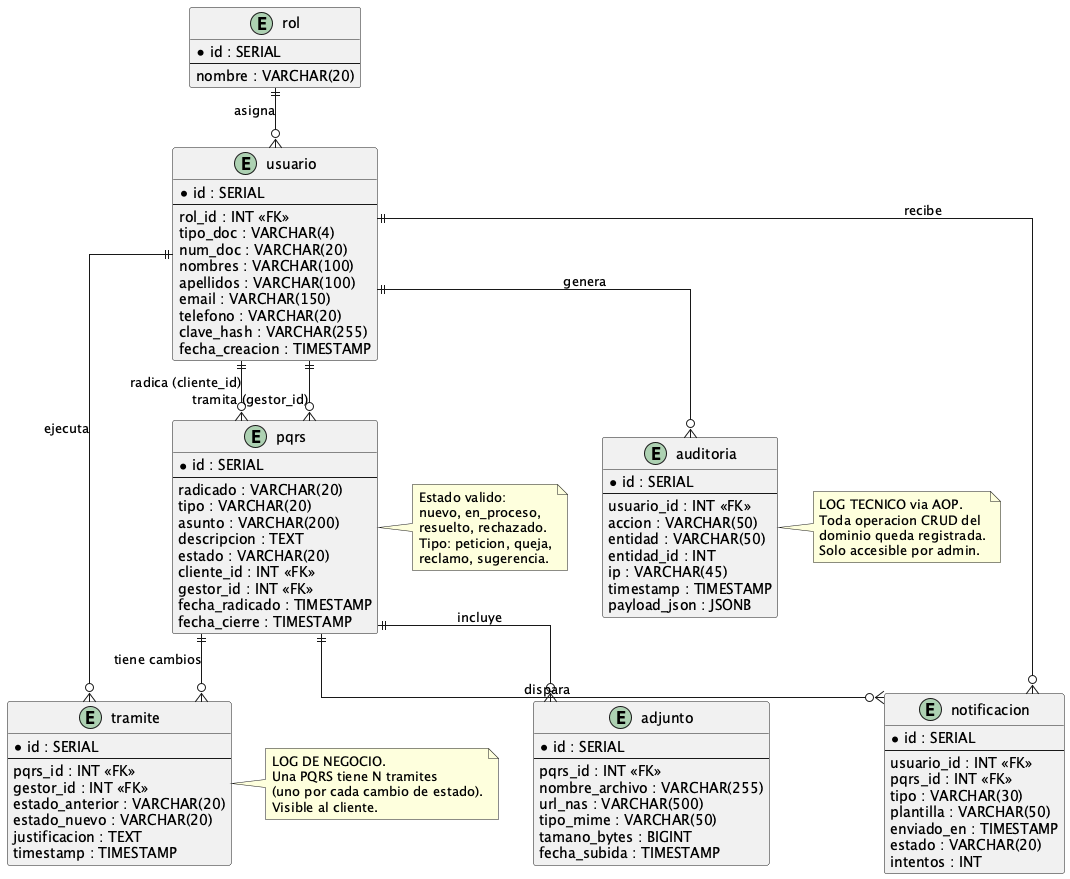
This is Proyecto-Final/docs/diagramas/mer/mer-pqrs.png from 13rianVargas/Ingenieria-de-Software-1, a PlantUML export, as it was before one commit. The source it was exported from:
```plantuml
@startuml
skinparam linetype ortho
hide methods
hide stereotypes

entity "rol" as Rol {
  * id : SERIAL
  --
  nombre : VARCHAR(20)
}

entity "usuario" as Usuario {
  * id : SERIAL
  --
  rol_id : INT <<FK>>
  tipo_doc : VARCHAR(4)
  num_doc : VARCHAR(20)
  nombres : VARCHAR(100)
  apellidos : VARCHAR(100)
  email : VARCHAR(150)
  telefono : VARCHAR(20)
  clave_hash : VARCHAR(255)
  fecha_creacion : TIMESTAMP
}

entity "pqrs" as Pqrs {
  * id : SERIAL
  --
  radicado : VARCHAR(20)
  tipo : VARCHAR(20)
  asunto : VARCHAR(200)
  descripcion : TEXT
  estado : VARCHAR(20)
  cliente_id : INT <<FK>>
  gestor_id : INT <<FK>>
  fecha_radicado : TIMESTAMP
  fecha_cierre : TIMESTAMP
}

entity "tramite" as Tramite {
  * id : SERIAL
  --
  pqrs_id : INT <<FK>>
  gestor_id : INT <<FK>>
  estado_anterior : VARCHAR(20)
  estado_nuevo : VARCHAR(20)
  justificacion : TEXT
  timestamp : TIMESTAMP
}

entity "adjunto" as Adjunto {
  * id : SERIAL
  --
  pqrs_id : INT <<FK>>
  nombre_archivo : VARCHAR(255)
  url_nas : VARCHAR(500)
  tipo_mime : VARCHAR(50)
  tamano_bytes : BIGINT
  fecha_subida : TIMESTAMP
}

entity "notificacion" as Notificacion {
  * id : SERIAL
  --
  usuario_id : INT <<FK>>
  pqrs_id : INT <<FK>>
  tipo : VARCHAR(30)
  plantilla : VARCHAR(50)
  enviado_en : TIMESTAMP
  estado : VARCHAR(20)
  intentos : INT
}

entity "auditoria" as Auditoria {
  * id : SERIAL
  --
  usuario_id : INT <<FK>>
  accion : VARCHAR(50)
  entidad : VARCHAR(50)
  entidad_id : INT
  ip : VARCHAR(45)
  timestamp : TIMESTAMP
  payload_json : JSONB
}

Rol ||--o{ Usuario : "asigna"
Usuario ||--o{ Pqrs : "radica (cliente_id)"
Usuario ||--o{ Pqrs : "tramita (gestor_id)"
Usuario ||--o{ Tramite : "ejecuta"
Pqrs ||--o{ Tramite : "tiene cambios"
Pqrs ||--o{ Adjunto : "incluye"
Pqrs ||--o{ Notificacion : "dispara"
Usuario ||--o{ Notificacion : "recibe"
Usuario ||--o{ Auditoria : "genera"

note right of Pqrs
  Estado valido:
  nuevo, en_proceso,
  resuelto, rechazado.
  Tipo: peticion, queja,
  reclamo, sugerencia.
end note

note right of Tramite
  LOG DE NEGOCIO.
  Una PQRS tiene N tramites
  (uno por cada cambio de estado).
  Visible al cliente.
end note

note right of Auditoria
  LOG TECNICO via AOP.
  Toda operacion CRUD del
  dominio queda registrada.
  Solo accesible por admin.
end note

@enduml
```
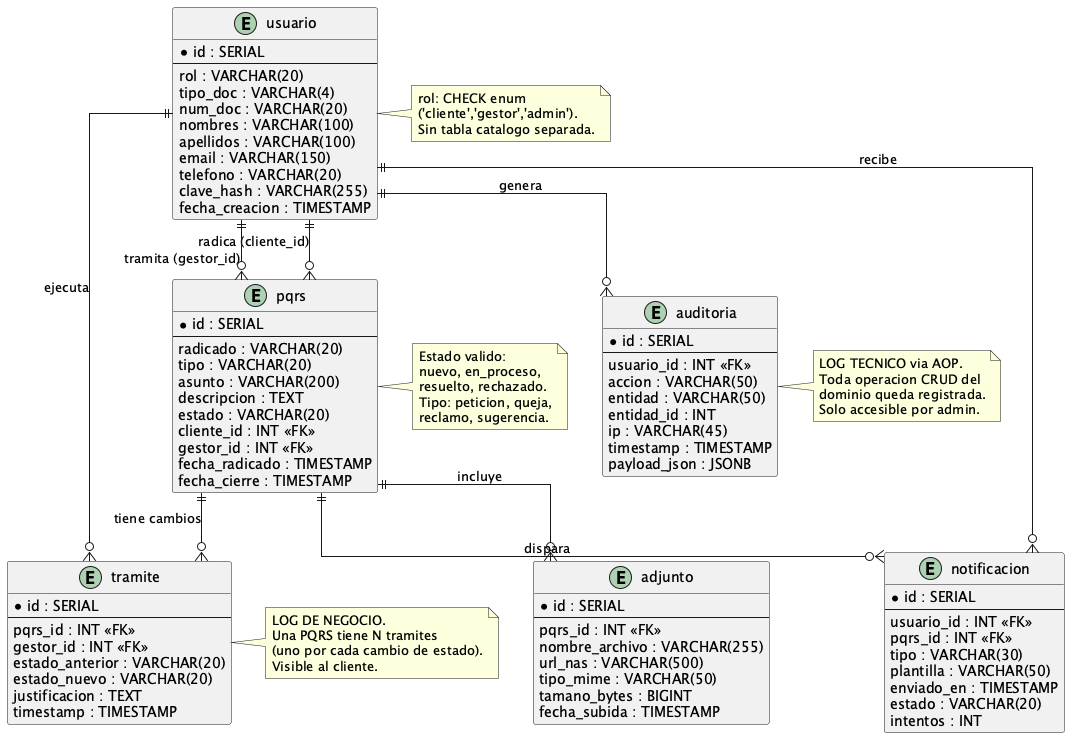
After the commit.

Commit message:
refactor: drop rol table in favor of check constraint on usuario.rol

Change to the diagram source:
```diff
@@ -3,16 +3,10 @@
 hide methods
 hide stereotypes
 
-entity "rol" as Rol {
-  * id : SERIAL
-  --
-  nombre : VARCHAR(20)
-}
-
 entity "usuario" as Usuario {
   * id : SERIAL
   --
-  rol_id : INT <<FK>>
+  rol : VARCHAR(20)
   tipo_doc : VARCHAR(4)
   num_doc : VARCHAR(20)
   nombres : VARCHAR(100)
@@ -83,7 +77,6 @@
   payload_json : JSONB
 }
 
-Rol ||--o{ Usuario : "asigna"
 Usuario ||--o{ Pqrs : "radica (cliente_id)"
 Usuario ||--o{ Pqrs : "tramita (gestor_id)"
 Usuario ||--o{ Tramite : "ejecuta"
@@ -92,6 +85,12 @@
 Pqrs ||--o{ Notificacion : "dispara"
 Usuario ||--o{ Notificacion : "recibe"
 Usuario ||--o{ Auditoria : "genera"
+
+note right of Usuario
+  rol: CHECK enum
+  ('cliente','gestor','admin').
+  Sin tabla catalogo separada.
+end note
 
 note right of Pqrs
   Estado valido:
```
